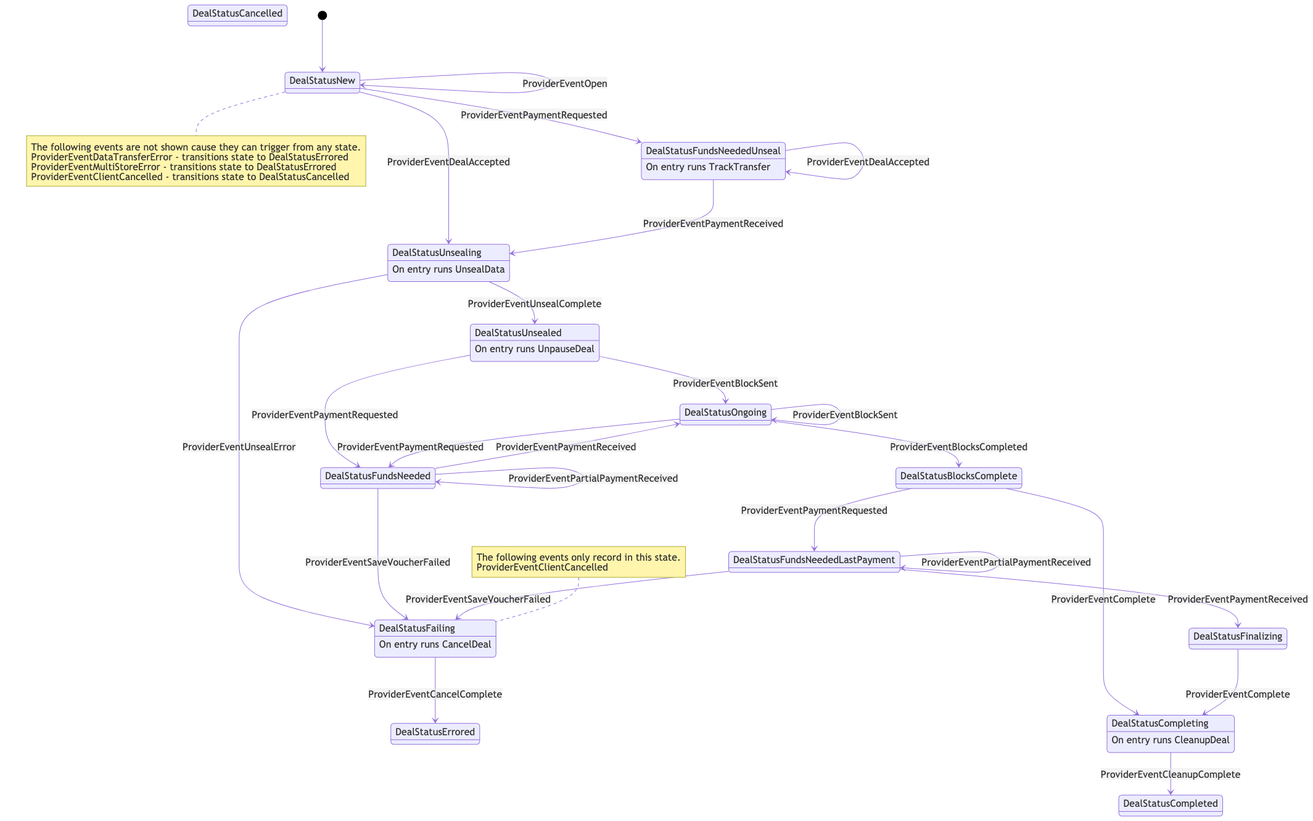
This is docs/retrievalprovider.mmd.png from filecoin-project/go-fil-markets, a Mermaid export, as it was before one commit. Its source is kept beside it as docs/retrievalprovider.mmd.
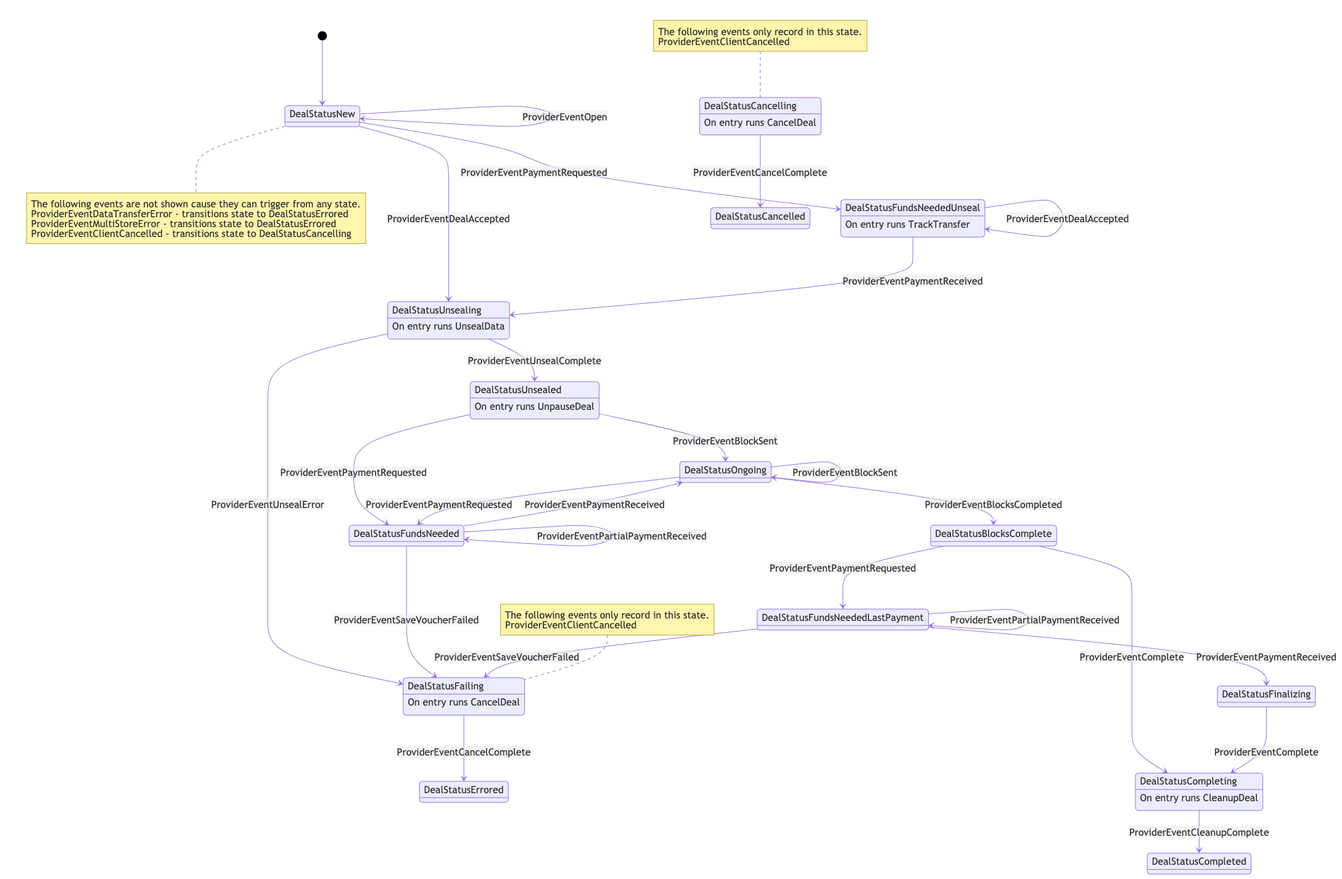
Later version of the same file.

The edit, as a diff of the source:
```diff
@@ -12,19 +12,21 @@
 	state "DealStatusBlocksComplete" as 18
 	state "DealStatusFinalizing" as 19
 	state "DealStatusCompleting" as 20
+	state "DealStatusCancelling" as 25
 	state "DealStatusCancelled" as 26
 	1 : On entry runs UnsealData
 	2 : On entry runs UnpauseDeal
 	7 : On entry runs TrackTransfer
 	8 : On entry runs CancelDeal
 	20 : On entry runs CleanupDeal
+	25 : On entry runs CancelDeal
 	[*] --> 0
 	note right of 0
 		The following events are not shown cause they can trigger from any state.
 
 		ProviderEventDataTransferError - transitions state to DealStatusErrored
 		ProviderEventMultiStoreError - transitions state to DealStatusErrored
-		ProviderEventClientCancelled - transitions state to DealStatusCancelled
+		ProviderEventClientCancelled - transitions state to DealStatusCancelling
 	end note
 	0 --> 0 : ProviderEventOpen
 	0 --> 1 : ProviderEventDealAccepted
@@ -49,5 +51,9 @@
 	19 --> 20 : ProviderEventComplete
 	20 --> 15 : ProviderEventCleanupComplete
 	8 --> 17 : ProviderEventCancelComplete
+	25 --> 26 : ProviderEventCancelComplete
 
 	note left of 8 : The following events only record in this state.<br><br>ProviderEventClientCancelled
+
+
+	note left of 25 : The following events only record in this state.<br><br>ProviderEventClientCancelled
```
